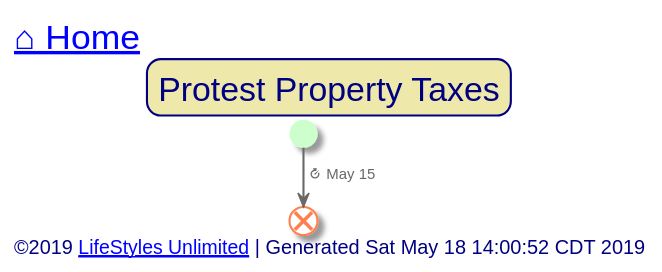
Before: out/src/single-family/protest-property-taxes.svg, a diagram exported from PlantUML (toddmo/lifestylesunlimited).
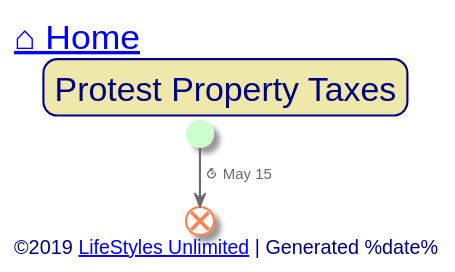
Later version of the same file.

Change to the diagram source:
```diff
@@ -88,7 +88,7 @@
 
 
 left footer
-	<font size=14>©2019 [[http://www.lifestylesunlimited.com LifeStyles Unlimited]] | Generated Sat May 18 14:00:52 CDT 2019</font>
+	<font size=14>©2019 [[http://www.lifestylesunlimited.com LifeStyles Unlimited]] | Generated %date%</font>
 endfooter
 
 
```
